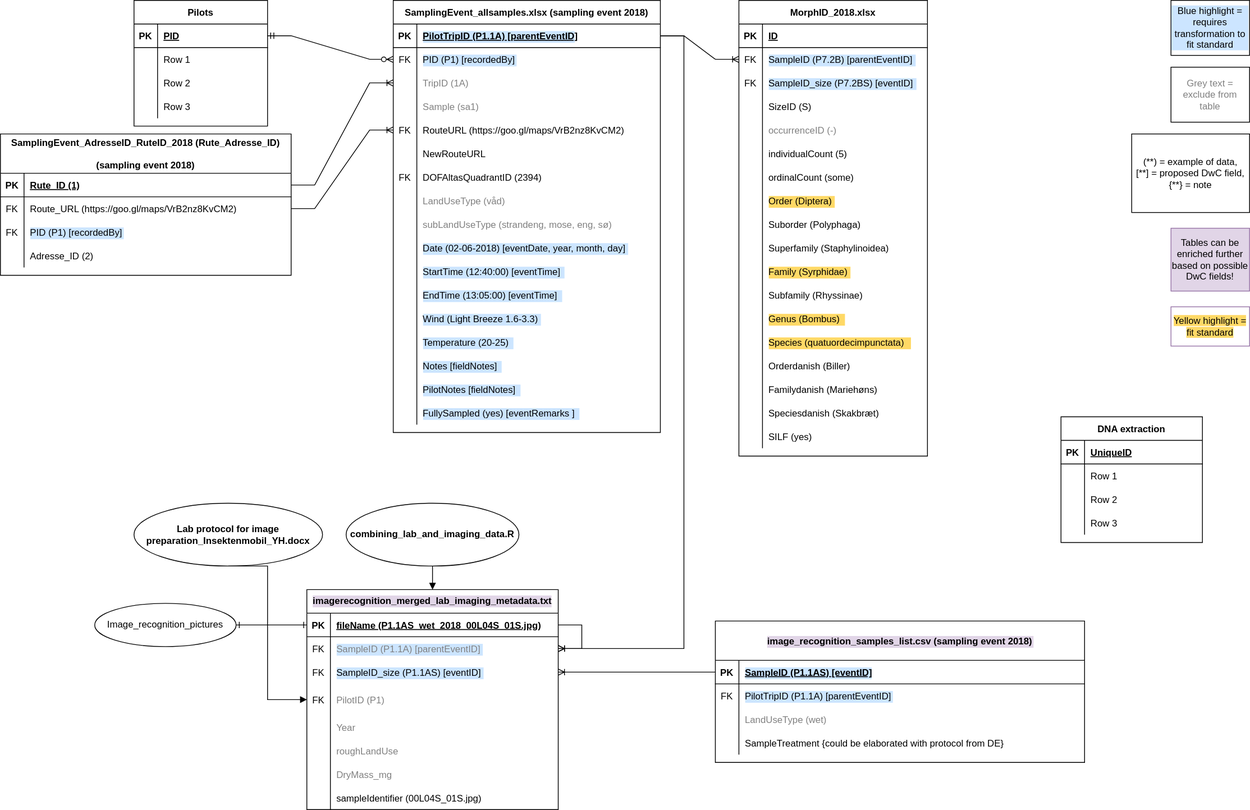
This is Insektmobilen_data.drawio.svg from CecSve/CecSve, a draw.io export, as it was before one commit. Source tidied: cells renumbered, new cells last; positions are measured from the earlier drawing's top-left corner, leaving out a move shared by most shapes.
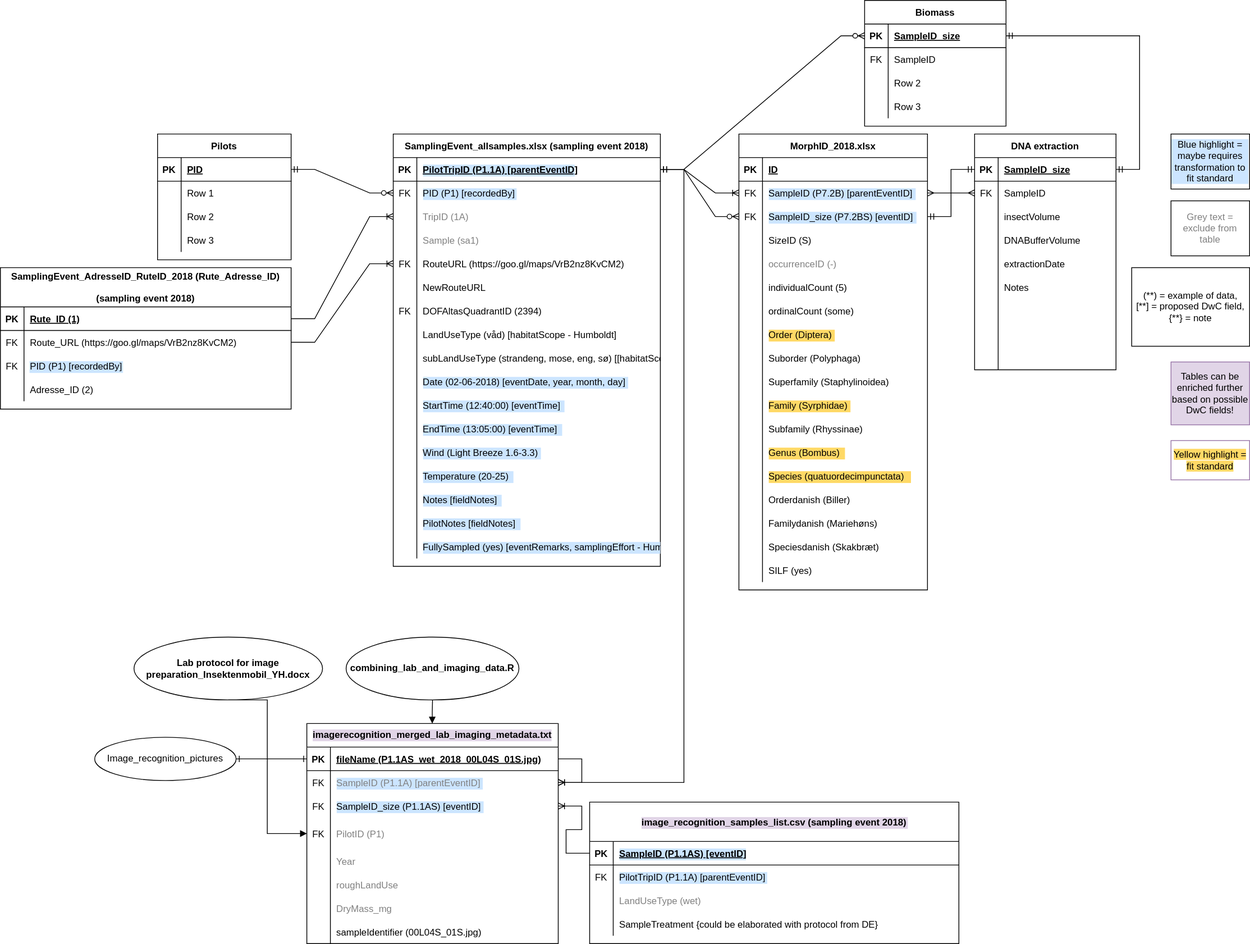
The same file after the commit.

Diff of the diagram source:
```diff
@@ -3,7 +3,7 @@
     <mxCell id="0" />
     <mxCell id="1" parent="0" />
     <mxCell id="2" value="DNA extraction" style="shape=table;startSize=30;rowLines=0;fontStyle=1;align=center;" parent="1" vertex="1">
-      <mxGeometry x="1350" y="530" width="180" height="160" as="geometry" />
+      <mxGeometry x="1240" width="180" height="300" as="geometry" />
     </mxCell>
     <mxCell id="3" style="shape=tableRow;horizontal=0;startSize=0;swimlaneHead=0;swimlaneBody=0;fillColor=none;points=[[0,0.5],[1,0.5]];portConstraint=eastwest;top=0;left=0;right=0;bottom=1;" parent="2" vertex="1">
       <mxGeometry y="30" width="180" height="30" as="geometry" />
@@ -11,16 +11,16 @@
     <mxCell id="4" value="PK" style="shape=partialRectangle;fillColor=none;top=0;left=0;bottom=0;right=0;fontStyle=1;overflow=hidden;" parent="3" vertex="1">
       <mxGeometry width="30" height="30" as="geometry" />
     </mxCell>
-    <mxCell id="5" value="UniqueID" style="shape=partialRectangle;fillColor=none;top=0;left=0;bottom=0;right=0;align=left;spacingLeft=6;fontStyle=5;overflow=hidden;" parent="3" vertex="1">
+    <mxCell id="5" value="SampleID_size" style="shape=partialRectangle;fillColor=none;top=0;left=0;bottom=0;right=0;align=left;spacingLeft=6;fontStyle=5;overflow=hidden;" parent="3" vertex="1">
       <mxGeometry x="30" width="150" height="30" as="geometry" />
     </mxCell>
     <mxCell id="6" style="shape=tableRow;horizontal=0;startSize=0;swimlaneHead=0;swimlaneBody=0;fillColor=none;points=[[0,0.5],[1,0.5]];portConstraint=eastwest;top=0;left=0;right=0;bottom=0;" parent="2" vertex="1">
       <mxGeometry y="60" width="180" height="30" as="geometry" />
     </mxCell>
-    <mxCell id="7" style="shape=partialRectangle;fillColor=none;top=0;left=0;bottom=0;right=0;overflow=hidden;" parent="6" vertex="1">
+    <mxCell id="7" value="FK" style="shape=partialRectangle;fillColor=none;top=0;left=0;bottom=0;right=0;overflow=hidden;" parent="6" vertex="1">
       <mxGeometry width="30" height="30" as="geometry" />
     </mxCell>
-    <mxCell id="8" value="Row 1" style="shape=partialRectangle;fillColor=none;top=0;left=0;bottom=0;right=0;align=left;spacingLeft=6;overflow=hidden;" parent="6" vertex="1">
+    <mxCell id="8" value="SampleID" style="shape=partialRectangle;fillColor=none;top=0;left=0;bottom=0;right=0;align=left;spacingLeft=6;overflow=hidden;" parent="6" vertex="1">
       <mxGeometry x="30" width="150" height="30" as="geometry" />
     </mxCell>
     <mxCell id="9" style="shape=tableRow;horizontal=0;startSize=0;swimlaneHead=0;swimlaneBody=0;fillColor=none;top=0;left=0;right=0;bottom=0;" parent="2" vertex="1">
@@ -29,7 +29,7 @@
     <mxCell id="10" style="shape=partialRectangle;fillColor=none;top=0;left=0;bottom=0;right=0;overflow=hidden;" parent="9" vertex="1">
       <mxGeometry width="30" height="30" as="geometry" />
     </mxCell>
-    <mxCell id="11" value="Row 2" style="shape=partialRectangle;fillColor=none;top=0;left=0;bottom=0;right=0;align=left;spacingLeft=6;overflow=hidden;" parent="9" vertex="1">
+    <mxCell id="11" value="insectVolume" style="shape=partialRectangle;fillColor=none;top=0;left=0;bottom=0;right=0;align=left;spacingLeft=6;overflow=hidden;" parent="9" vertex="1">
       <mxGeometry x="30" width="150" height="30" as="geometry" />
     </mxCell>
     <mxCell id="12" style="shape=tableRow;horizontal=0;startSize=0;swimlaneHead=0;swimlaneBody=0;fillColor=none;top=0;left=0;right=0;bottom=0;" parent="2" vertex="1">
@@ -38,11 +38,56 @@
     <mxCell id="13" style="shape=partialRectangle;fillColor=none;top=0;left=0;bottom=0;right=0;overflow=hidden;" parent="12" vertex="1">
       <mxGeometry width="30" height="30" as="geometry" />
     </mxCell>
-    <mxCell id="14" value="Row 3" style="shape=partialRectangle;fillColor=none;top=0;left=0;bottom=0;right=0;align=left;spacingLeft=6;overflow=hidden;" parent="12" vertex="1">
+    <mxCell id="14" value="DNABufferVolume" style="shape=partialRectangle;fillColor=none;top=0;left=0;bottom=0;right=0;align=left;spacingLeft=6;overflow=hidden;" parent="12" vertex="1">
       <mxGeometry x="30" width="150" height="30" as="geometry" />
     </mxCell>
+    <mxCell id="204" style="shape=tableRow;horizontal=0;startSize=0;swimlaneHead=0;swimlaneBody=0;fillColor=none;top=0;left=0;right=0;bottom=0;" parent="2" vertex="1">
+      <mxGeometry y="150" width="180" height="30" as="geometry" />
+    </mxCell>
+    <mxCell id="205" style="shape=partialRectangle;fillColor=none;top=0;left=0;bottom=0;right=0;overflow=hidden;" parent="204" vertex="1">
+      <mxGeometry width="30" height="30" as="geometry" />
+    </mxCell>
+    <mxCell id="206" value="extractionDate" style="shape=partialRectangle;fillColor=none;top=0;left=0;bottom=0;right=0;align=left;spacingLeft=6;overflow=hidden;" parent="204" vertex="1">
+      <mxGeometry x="30" width="150" height="30" as="geometry" />
+    </mxCell>
+    <mxCell id="207" style="shape=tableRow;horizontal=0;startSize=0;swimlaneHead=0;swimlaneBody=0;fillColor=none;top=0;left=0;right=0;bottom=0;" parent="2" vertex="1">
+      <mxGeometry y="180" width="180" height="30" as="geometry" />
+    </mxCell>
+    <mxCell id="208" style="shape=partialRectangle;fillColor=none;top=0;left=0;bottom=0;right=0;overflow=hidden;" parent="207" vertex="1">
+      <mxGeometry width="30" height="30" as="geometry" />
+    </mxCell>
+    <mxCell id="209" value="Notes" style="shape=partialRectangle;fillColor=none;top=0;left=0;bottom=0;right=0;align=left;spacingLeft=6;overflow=hidden;" parent="207" vertex="1">
+      <mxGeometry x="30" width="150" height="30" as="geometry" />
+    </mxCell>
+    <mxCell id="210" style="shape=tableRow;horizontal=0;startSize=0;swimlaneHead=0;swimlaneBody=0;fillColor=none;top=0;left=0;right=0;bottom=0;" parent="2" vertex="1">
+      <mxGeometry y="210" width="180" height="30" as="geometry" />
+    </mxCell>
+    <mxCell id="211" style="shape=partialRectangle;fillColor=none;top=0;left=0;bottom=0;right=0;overflow=hidden;" parent="210" vertex="1">
+      <mxGeometry width="30" height="30" as="geometry" />
+    </mxCell>
+    <mxCell id="212" style="shape=partialRectangle;fillColor=none;top=0;left=0;bottom=0;right=0;align=left;spacingLeft=6;overflow=hidden;" parent="210" vertex="1">
+      <mxGeometry x="30" width="150" height="30" as="geometry" />
+    </mxCell>
+    <mxCell id="213" style="shape=tableRow;horizontal=0;startSize=0;swimlaneHead=0;swimlaneBody=0;fillColor=none;top=0;left=0;right=0;bottom=0;" parent="2" vertex="1">
+      <mxGeometry y="240" width="180" height="30" as="geometry" />
+    </mxCell>
+    <mxCell id="214" style="shape=partialRectangle;fillColor=none;top=0;left=0;bottom=0;right=0;overflow=hidden;" parent="213" vertex="1">
+      <mxGeometry width="30" height="30" as="geometry" />
+    </mxCell>
+    <mxCell id="215" style="shape=partialRectangle;fillColor=none;top=0;left=0;bottom=0;right=0;align=left;spacingLeft=6;overflow=hidden;" parent="213" vertex="1">
+      <mxGeometry x="30" width="150" height="30" as="geometry" />
+    </mxCell>
+    <mxCell id="216" style="shape=tableRow;horizontal=0;startSize=0;swimlaneHead=0;swimlaneBody=0;fillColor=none;top=0;left=0;right=0;bottom=0;" parent="2" vertex="1">
+      <mxGeometry y="270" width="180" height="30" as="geometry" />
+    </mxCell>
+    <mxCell id="217" style="shape=partialRectangle;fillColor=none;top=0;left=0;bottom=0;right=0;overflow=hidden;" parent="216" vertex="1">
+      <mxGeometry width="30" height="30" as="geometry" />
+    </mxCell>
+    <mxCell id="218" style="shape=partialRectangle;fillColor=none;top=0;left=0;bottom=0;right=0;align=left;spacingLeft=6;overflow=hidden;" parent="216" vertex="1">
+      <mxGeometry x="30" width="150" height="30" as="geometry" />
+    </mxCell>
     <mxCell id="15" value="Pilots" style="shape=table;startSize=30;rowLines=0;fontStyle=1;align=center;" parent="1" vertex="1">
-      <mxGeometry x="170" width="170" height="160" as="geometry" />
+      <mxGeometry x="200" width="170" height="160" as="geometry" />
     </mxCell>
     <mxCell id="16" style="shape=tableRow;horizontal=0;startSize=0;swimlaneHead=0;swimlaneBody=0;fillColor=none;points=[[0,0.5],[1,0.5]];portConstraint=eastwest;top=0;left=0;right=0;bottom=1;" parent="15" vertex="1">
       <mxGeometry y="30" width="170" height="30" as="geometry" />
@@ -410,7 +455,7 @@
     <mxCell id="137" style="shape=partialRectangle;fillColor=none;top=0;left=0;bottom=0;right=0;overflow=hidden;" parent="136" vertex="1">
       <mxGeometry width="30" height="30" as="geometry" />
     </mxCell>
-    <mxCell id="138" value="LandUseType (våd)" style="shape=partialRectangle;fillColor=none;top=0;left=0;bottom=0;right=0;align=left;spacingLeft=6;overflow=hidden;fontColor=#808080;" parent="136" vertex="1">
+    <mxCell id="138" value="LandUseType (våd) [habitatScope - Humboldt]" style="shape=partialRectangle;fillColor=none;top=0;left=0;bottom=0;right=0;align=left;spacingLeft=6;overflow=hidden;fontColor=#000000;" parent="136" vertex="1">
       <mxGeometry x="30" width="310" height="30" as="geometry" />
     </mxCell>
     <mxCell id="139" style="shape=tableRow;horizontal=0;startSize=0;swimlaneHead=0;swimlaneBody=0;fillColor=none;top=0;left=0;right=0;bottom=0;" parent="114" vertex="1">
@@ -419,7 +464,7 @@
     <mxCell id="140" style="shape=partialRectangle;fillColor=none;top=0;left=0;bottom=0;right=0;overflow=hidden;" parent="139" vertex="1">
       <mxGeometry width="30" height="30" as="geometry" />
     </mxCell>
-    <mxCell id="141" value="subLandUseType (strandeng, mose, eng, sø)" style="shape=partialRectangle;fillColor=none;top=0;left=0;bottom=0;right=0;align=left;spacingLeft=6;overflow=hidden;fontColor=#808080;" parent="139" vertex="1">
+    <mxCell id="141" value="subLandUseType (strandeng, mose, eng, sø) [[habitatScope - Humboldt]]" style="shape=partialRectangle;fillColor=none;top=0;left=0;bottom=0;right=0;align=left;spacingLeft=6;overflow=hidden;fontColor=#000000;" parent="139" vertex="1">
       <mxGeometry x="30" width="310" height="30" as="geometry" />
     </mxCell>
     <mxCell id="142" style="shape=tableRow;horizontal=0;startSize=0;swimlaneHead=0;swimlaneBody=0;fillColor=none;top=0;left=0;right=0;bottom=0;" parent="114" vertex="1">
@@ -491,10 +536,10 @@
     <mxCell id="164" style="shape=partialRectangle;fillColor=none;top=0;left=0;bottom=0;right=0;overflow=hidden;" parent="163" vertex="1">
       <mxGeometry width="30" height="30" as="geometry" />
     </mxCell>
-    <mxCell id="165" value="FullySampled (yes) [eventRemarks ]" style="shape=partialRectangle;fillColor=none;top=0;left=0;bottom=0;right=0;align=left;spacingLeft=6;overflow=hidden;labelBackgroundColor=#CCE5FF;" parent="163" vertex="1">
+    <mxCell id="165" value="FullySampled (yes) [eventRemarks, samplingEffort - Humboldt]" style="shape=partialRectangle;fillColor=none;top=0;left=0;bottom=0;right=0;align=left;spacingLeft=6;overflow=hidden;labelBackgroundColor=#CCE5FF;" parent="163" vertex="1">
       <mxGeometry x="30" width="310" height="30" as="geometry" />
     </mxCell>
-    <mxCell id="166" value="Blue highlight = requires transformation to fit standard" style="rounded=0;whiteSpace=wrap;html=1;labelBackgroundColor=#CCE5FF;fontColor=#000000;" parent="1" vertex="1">
+    <mxCell id="166" value="Blue highlight = maybe requires transformation to fit standard" style="rounded=0;whiteSpace=wrap;html=1;labelBackgroundColor=#CCE5FF;fontColor=#000000;" parent="1" vertex="1">
       <mxGeometry x="1490" width="100" height="70" as="geometry" />
     </mxCell>
     <mxCell id="167" value="Grey text = exclude from table" style="rounded=0;whiteSpace=wrap;html=1;labelBackgroundColor=none;fontColor=#808080;" parent="1" vertex="1">
@@ -549,7 +594,7 @@
       <mxGeometry relative="1" as="geometry" />
     </mxCell>
     <mxCell id="184" value="image_recognition_samples_list.csv (sampling event 2018)" style="shape=table;startSize=50;rowLines=0;fontStyle=1;align=center;labelBackgroundColor=#E1D5E7;" parent="1" vertex="1">
-      <mxGeometry x="910" y="790" width="470" height="180" as="geometry" />
+      <mxGeometry x="750" y="850" width="470" height="180" as="geometry" />
     </mxCell>
     <mxCell id="185" style="shape=tableRow;horizontal=0;startSize=0;swimlaneHead=0;swimlaneBody=0;fillColor=none;points=[[0,0.5],[1,0.5]];portConstraint=eastwest;top=0;left=0;right=0;bottom=1;" parent="184" vertex="1">
       <mxGeometry y="50" width="470" height="30" as="geometry" />
@@ -608,5 +653,59 @@
     <mxCell id="203" value="&lt;span style=&quot;background-color: rgb(255, 217, 102);&quot;&gt;Yellow highlight = fit standard &lt;br&gt;&lt;/span&gt;" style="rounded=0;whiteSpace=wrap;html=1;labelBackgroundColor=none;fillColor=none;strokeColor=#9673a6;" parent="1" vertex="1">
       <mxGeometry x="1490" y="390" width="100" height="50" as="geometry" />
     </mxCell>
+    <mxCell id="219" value="Biomass" style="shape=table;startSize=30;rowLines=0;fontStyle=1;align=center;" parent="1" vertex="1">
+      <mxGeometry x="1100" y="-170" width="180" height="160" as="geometry" />
+    </mxCell>
+    <mxCell id="220" style="shape=tableRow;horizontal=0;startSize=0;swimlaneHead=0;swimlaneBody=0;fillColor=none;points=[[0,0.5],[1,0.5]];portConstraint=eastwest;top=0;left=0;right=0;bottom=1;" parent="219" vertex="1">
+      <mxGeometry y="30" width="180" height="30" as="geometry" />
+    </mxCell>
+    <mxCell id="221" value="PK" style="shape=partialRectangle;fillColor=none;top=0;left=0;bottom=0;right=0;fontStyle=1;overflow=hidden;" parent="220" vertex="1">
+      <mxGeometry width="30" height="30" as="geometry" />
+    </mxCell>
+    <mxCell id="222" value="SampleID_size" style="shape=partialRectangle;fillColor=none;top=0;left=0;bottom=0;right=0;align=left;spacingLeft=6;fontStyle=5;overflow=hidden;" parent="220" vertex="1">
+      <mxGeometry x="30" width="150" height="30" as="geometry" />
+    </mxCell>
+    <mxCell id="223" style="shape=tableRow;horizontal=0;startSize=0;swimlaneHead=0;swimlaneBody=0;fillColor=none;top=0;left=0;right=0;bottom=0;" parent="219" vertex="1">
+      <mxGeometry y="60" width="180" height="30" as="geometry" />
+    </mxCell>
+    <mxCell id="224" value="FK" style="shape=partialRectangle;fillColor=none;top=0;left=0;bottom=0;right=0;overflow=hidden;" parent="223" vertex="1">
+      <mxGeometry width="30" height="30" as="geometry" />
+    </mxCell>
+    <mxCell id="225" value="SampleID" style="shape=partialRectangle;fillColor=none;top=0;left=0;bottom=0;right=0;align=left;spacingLeft=6;overflow=hidden;" parent="223" vertex="1">
+      <mxGeometry x="30" width="150" height="30" as="geometry" />
+    </mxCell>
+    <mxCell id="226" style="shape=tableRow;horizontal=0;startSize=0;swimlaneHead=0;swimlaneBody=0;fillColor=none;top=0;left=0;right=0;bottom=0;" parent="219" vertex="1">
+      <mxGeometry y="90" width="180" height="30" as="geometry" />
+    </mxCell>
+    <mxCell id="227" style="shape=partialRectangle;fillColor=none;top=0;left=0;bottom=0;right=0;overflow=hidden;" parent="226" vertex="1">
+      <mxGeometry width="30" height="30" as="geometry" />
+    </mxCell>
+    <mxCell id="228" value="Row 2" style="shape=partialRectangle;fillColor=none;top=0;left=0;bottom=0;right=0;align=left;spacingLeft=6;overflow=hidden;" parent="226" vertex="1">
+      <mxGeometry x="30" width="150" height="30" as="geometry" />
+    </mxCell>
+    <mxCell id="229" style="shape=tableRow;horizontal=0;startSize=0;swimlaneHead=0;swimlaneBody=0;fillColor=none;top=0;left=0;right=0;bottom=0;" parent="219" vertex="1">
+      <mxGeometry y="120" width="180" height="30" as="geometry" />
+    </mxCell>
+    <mxCell id="230" style="shape=partialRectangle;fillColor=none;top=0;left=0;bottom=0;right=0;overflow=hidden;" parent="229" vertex="1">
+      <mxGeometry width="30" height="30" as="geometry" />
+    </mxCell>
+    <mxCell id="231" value="Row 3" style="shape=partialRectangle;fillColor=none;top=0;left=0;bottom=0;right=0;align=left;spacingLeft=6;overflow=hidden;" parent="229" vertex="1">
+      <mxGeometry x="30" width="150" height="30" as="geometry" />
+    </mxCell>
+    <mxCell id="232" style="edgeStyle=entityRelationEdgeStyle;fontSize=12;html=1;endArrow=ERmandOne;startArrow=ERmandOne;rounded=0;fontColor=#000000;" parent="1" edge="1" source="36" target="3">
+      <mxGeometry relative="1" as="geometry" />
+    </mxCell>
+    <mxCell id="233" style="edgeStyle=entityRelationEdgeStyle;fontSize=12;html=1;endArrow=ERmany;startArrow=ERmany;rounded=0;fontColor=#000000;" parent="1" edge="1" source="33" target="6">
+      <mxGeometry relative="1" as="geometry" />
+    </mxCell>
+    <mxCell id="234" style="edgeStyle=entityRelationEdgeStyle;fontSize=12;html=1;endArrow=ERmandOne;startArrow=ERmandOne;rounded=0;fontColor=#000000;" parent="1" edge="1" source="3" target="220">
+      <mxGeometry relative="1" as="geometry" />
+    </mxCell>
+    <mxCell id="235" style="edgeStyle=entityRelationEdgeStyle;fontSize=12;html=1;endArrow=ERzeroToMany;startArrow=ERmandOne;rounded=0;fontColor=#000000;" parent="1" edge="1" source="115" target="220">
+      <mxGeometry relative="1" as="geometry" />
+    </mxCell>
+    <mxCell id="236" style="edgeStyle=entityRelationEdgeStyle;fontSize=12;html=1;endArrow=ERzeroToMany;startArrow=ERmandOne;rounded=0;fontColor=#000000;" parent="1" edge="1" source="115" target="36">
+      <mxGeometry relative="1" as="geometry" />
+    </mxCell>
   </root>
 </mxGraphModel>
```
